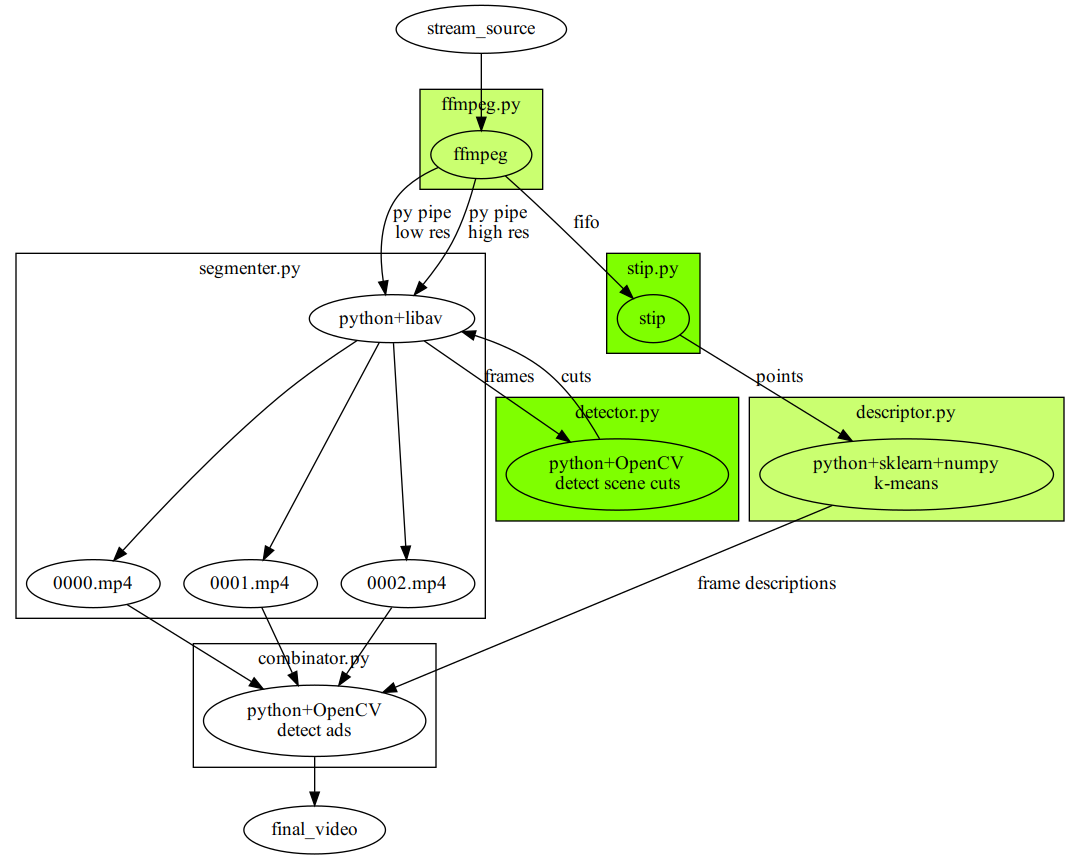
The Graphviz diagram graph.png in ilyaluk/detect_ads, before a commit. Its source is kept beside it as graph.gv.
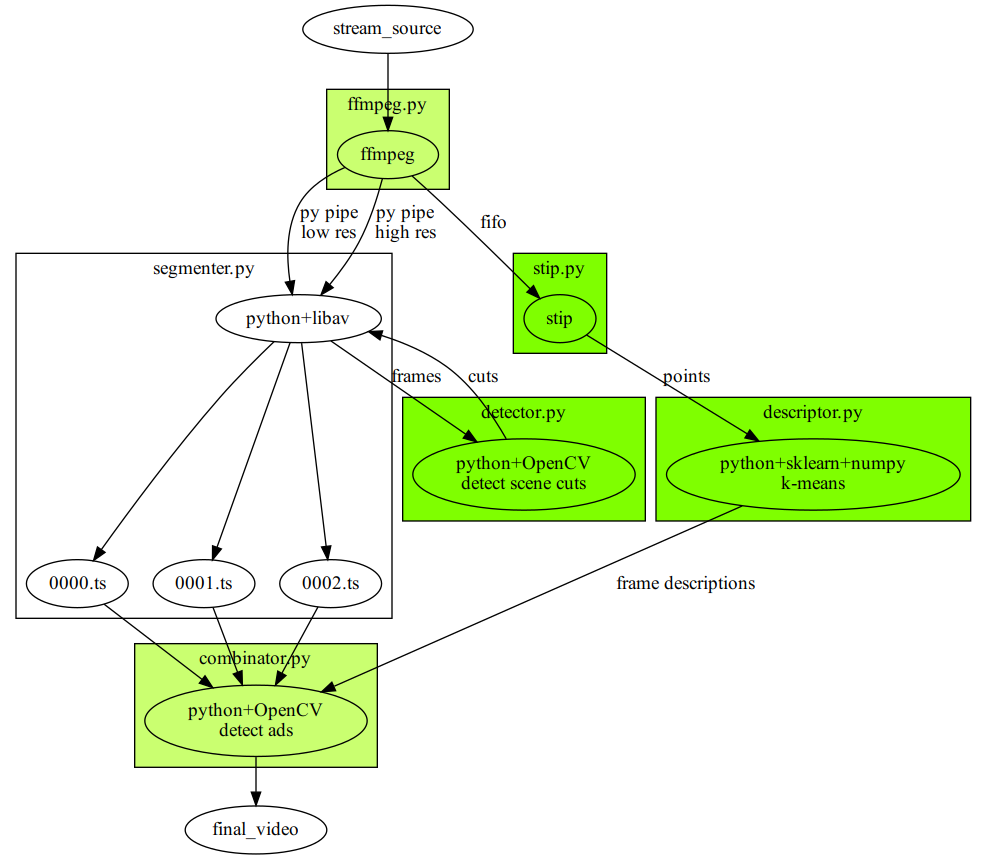
The same diagram one commit later.

The edit, as a diff of the source:
```diff
@@ -12,13 +12,13 @@
 	subgraph cluster_2 {
 		c0[label="python+sklearn+numpy\nk-means"];
 		label = "descriptor.py";
-		bgcolor = "darkolivegreen1";
+		bgcolor = "chartreuse";
 	}
 	subgraph cluster_3 {
-		d0[label="python+libav\n"];
-		d1[label="0002.mp4"];
-		d2[label="0000.mp4"];
-		d3[label="0001.mp4"];
+		d0[label="python+ffmpeg\n"];
+		d1[label="0002.ts"];
+		d2[label="0000.ts"];
+		d3[label="0001.ts"];
 		d0 -> d1;
 		d0 -> d2;
 		d0 -> d3;
@@ -27,6 +27,7 @@
 	subgraph cluster_4 {
 		e0[label="python+OpenCV\ndetect ads"];
 		label = "combinator.py";
+		bgcolor = "darkolivegreen1";
 	}
 	subgraph cluster_5 {
 		f0[label="python+OpenCV\ndetect scene cuts"];
```
